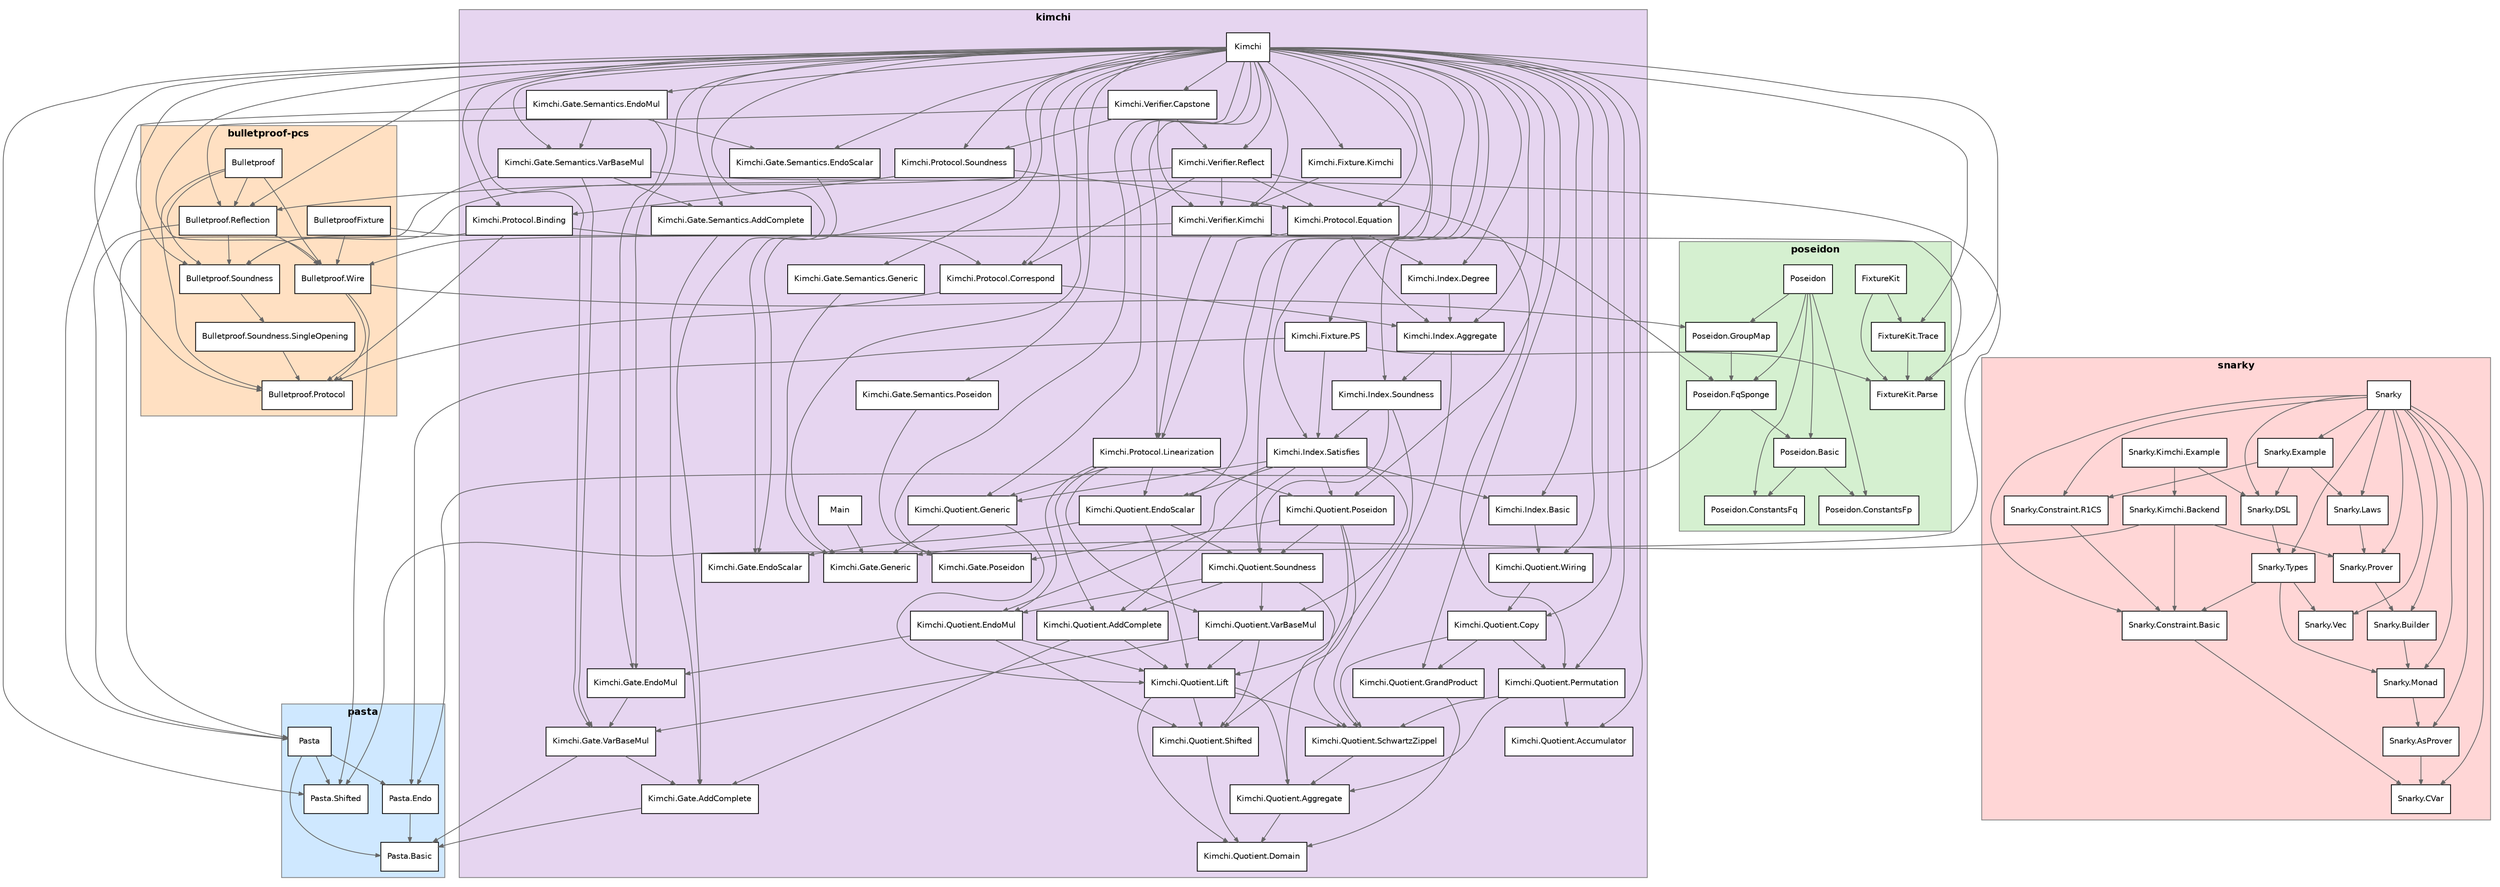
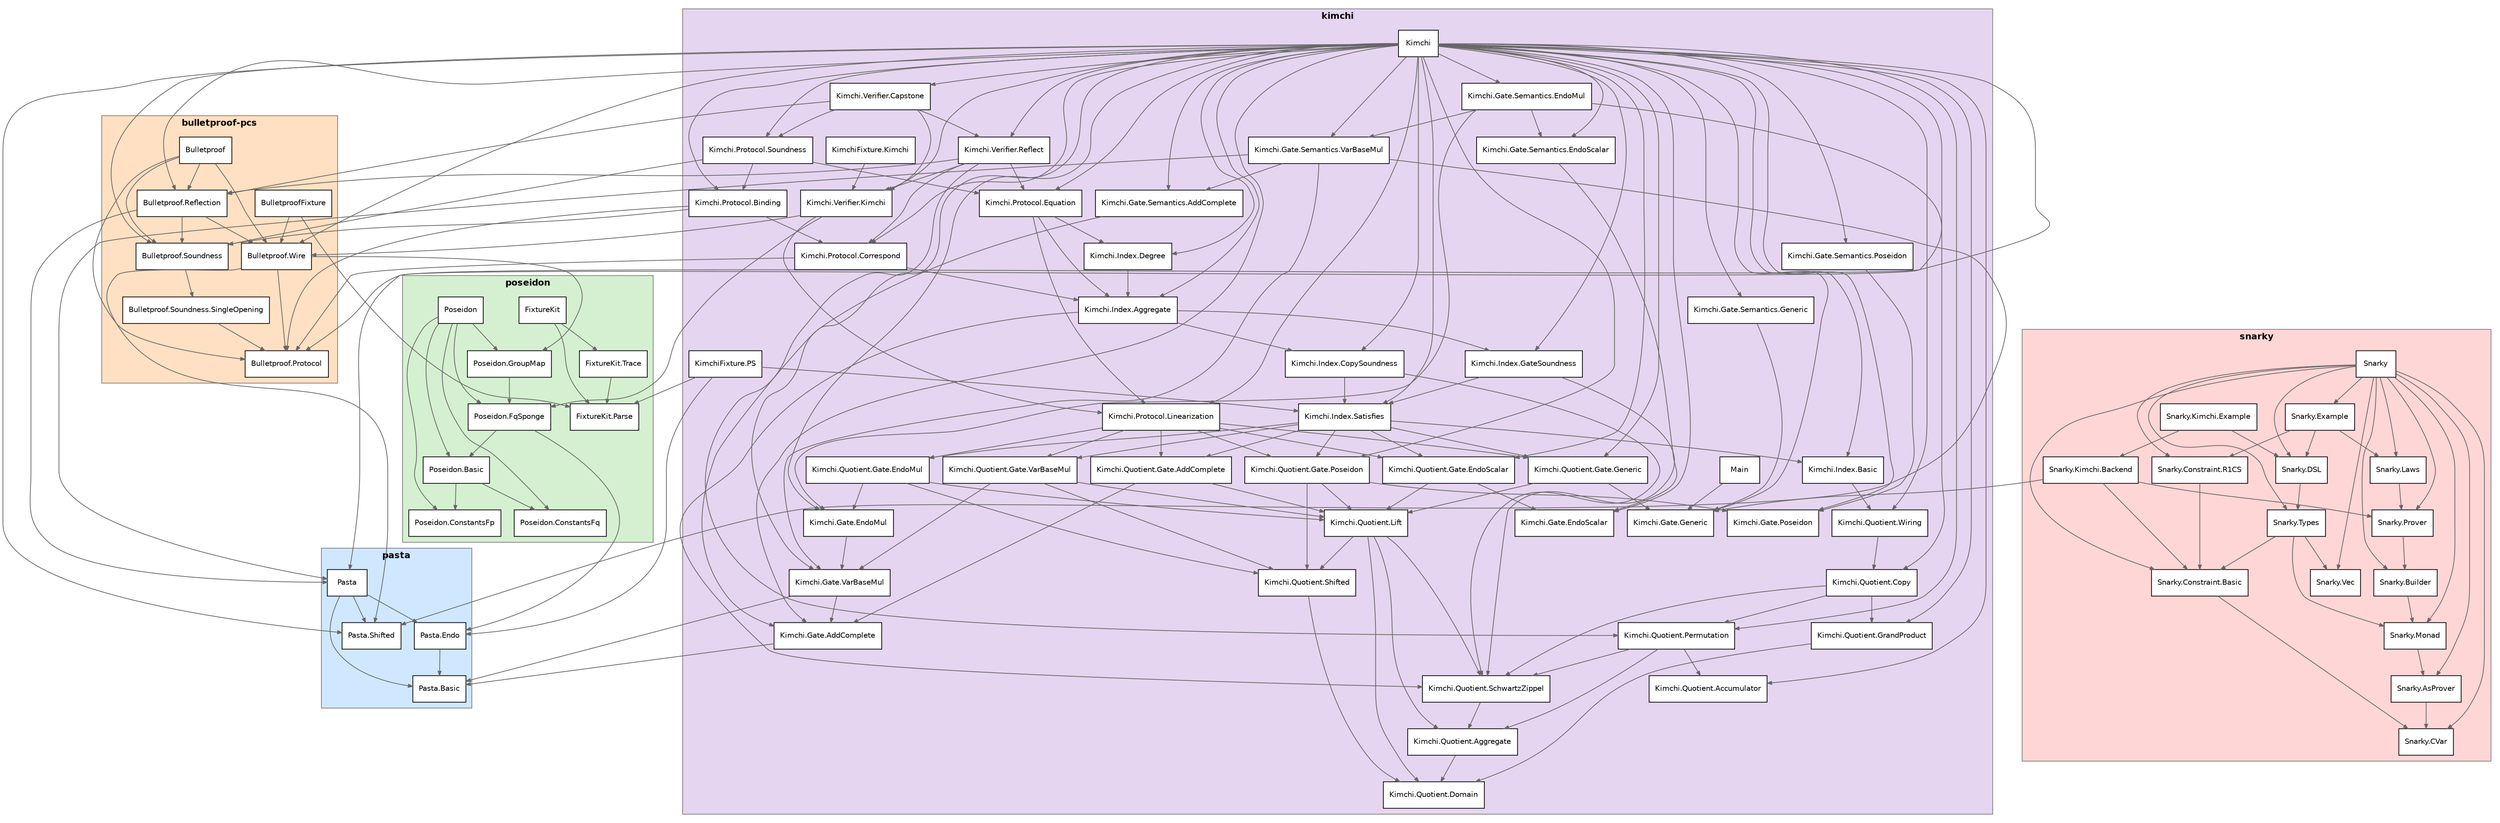
digraph "formal-modules" {
  rankdir=TB;
  node [shape=box, style=filled, fillcolor=white, fontsize=10, fontname="Helvetica"];
  edge [color=gray40, arrowsize=0.6];
  subgraph "cluster_pasta" {
    label="pasta"; style=filled; fillcolor="#cfe8ff";
    color=gray50; fontsize=12; fontname="Helvetica-Bold";
    "Pasta.Basic";
    "Pasta.Endo";
    "Pasta";
    "Pasta.Shifted";
  }
  subgraph "cluster_poseidon" {
    label="poseidon"; style=filled; fillcolor="#d5f0d0";
    color=gray50; fontsize=12; fontname="Helvetica-Bold";
    "FixtureKit";
    "FixtureKit.Parse";
    "FixtureKit.Trace";
    "Poseidon.Basic";
    "Poseidon.ConstantsFp";
    "Poseidon.ConstantsFq";
    "Poseidon.FqSponge";
    "Poseidon.GroupMap";
    "Poseidon";
  }
  subgraph "cluster_bulletproof-pcs" {
    label="bulletproof-pcs"; style=filled; fillcolor="#ffe0c2";
    color=gray50; fontsize=12; fontname="Helvetica-Bold";
    "BulletproofFixture";
    "Bulletproof";
    "Bulletproof.Protocol";
    "Bulletproof.Reflection";
    "Bulletproof.Soundness";
    "Bulletproof.Soundness.SingleOpening";
    "Bulletproof.Wire";
  }
  subgraph "cluster_kimchi" {
    label="kimchi"; style=filled; fillcolor="#e6d5f0";
    color=gray50; fontsize=12; fontname="Helvetica-Bold";
-     "Kimchi.Fixture.Kimchi";
-     "Kimchi.Fixture.PS";
+     "KimchiFixture.Kimchi";
+     "KimchiFixture.PS";
    "Kimchi.Gate.AddComplete";
    "Kimchi.Gate.EndoMul";
    "Kimchi.Gate.EndoScalar";
    "Kimchi.Gate.Generic";
    "Kimchi.Gate.Poseidon";
    "Kimchi.Gate.Semantics.AddComplete";
    "Kimchi.Gate.Semantics.EndoMul";
    "Kimchi.Gate.Semantics.EndoScalar";
    "Kimchi.Gate.Semantics.Generic";
    "Kimchi.Gate.Semantics.Poseidon";
    "Kimchi.Gate.Semantics.VarBaseMul";
    "Kimchi.Gate.VarBaseMul";
    "Kimchi.Index.Aggregate";
    "Kimchi.Index.Basic";
+     "Kimchi.Index.CopySoundness";
    "Kimchi.Index.Degree";
+     "Kimchi.Index.GateSoundness";
    "Kimchi.Index.Satisfies";
-     "Kimchi.Index.Soundness";
    "Kimchi";
    "Kimchi.Protocol.Binding";
    "Kimchi.Protocol.Correspond";
    "Kimchi.Protocol.Equation";
    "Kimchi.Protocol.Linearization";
    "Kimchi.Protocol.Soundness";
    "Kimchi.Quotient.Accumulator";
-     "Kimchi.Quotient.AddComplete";
    "Kimchi.Quotient.Aggregate";
    "Kimchi.Quotient.Copy";
    "Kimchi.Quotient.Domain";
-     "Kimchi.Quotient.EndoMul";
-     "Kimchi.Quotient.EndoScalar";
-     "Kimchi.Quotient.Generic";
+     "Kimchi.Quotient.Gate.AddComplete";
+     "Kimchi.Quotient.Gate.EndoMul";
+     "Kimchi.Quotient.Gate.EndoScalar";
+     "Kimchi.Quotient.Gate.Generic";
+     "Kimchi.Quotient.Gate.Poseidon";
+     "Kimchi.Quotient.Gate.VarBaseMul";
    "Kimchi.Quotient.GrandProduct";
    "Kimchi.Quotient.Lift";
    "Kimchi.Quotient.Permutation";
-     "Kimchi.Quotient.Poseidon";
    "Kimchi.Quotient.SchwartzZippel";
    "Kimchi.Quotient.Shifted";
-     "Kimchi.Quotient.Soundness";
-     "Kimchi.Quotient.VarBaseMul";
    "Kimchi.Quotient.Wiring";
    "Kimchi.Verifier.Capstone";
    "Kimchi.Verifier.Kimchi";
    "Kimchi.Verifier.Reflect";
    "Main";
  }
  subgraph "cluster_snarky" {
    label="snarky"; style=filled; fillcolor="#ffd6d6";
    color=gray50; fontsize=12; fontname="Helvetica-Bold";
    "Snarky.AsProver";
    "Snarky.Builder";
    "Snarky.Constraint.Basic";
    "Snarky.Constraint.R1CS";
    "Snarky.CVar";
    "Snarky.DSL";
    "Snarky.Example";
    "Snarky.Kimchi.Backend";
    "Snarky.Kimchi.Example";
    "Snarky.Laws";
    "Snarky";
    "Snarky.Monad";
    "Snarky.Prover";
    "Snarky.Types";
    "Snarky.Vec";
  }
  "Pasta.Endo" -> "Pasta.Basic";
  "Pasta" -> "Pasta.Basic";
  "Pasta" -> "Pasta.Endo";
  "Pasta" -> "Pasta.Shifted";
  "FixtureKit" -> "FixtureKit.Parse";
  "FixtureKit" -> "FixtureKit.Trace";
  "FixtureKit.Trace" -> "FixtureKit.Parse";
  "Poseidon.Basic" -> "Poseidon.ConstantsFq";
  "Poseidon.Basic" -> "Poseidon.ConstantsFp";
  "Poseidon.FqSponge" -> "Poseidon.Basic";
  "Poseidon.FqSponge" -> "Pasta.Endo";
  "Poseidon.GroupMap" -> "Poseidon.FqSponge";
  "Poseidon" -> "Poseidon.ConstantsFp";
  "Poseidon" -> "Poseidon.ConstantsFq";
  "Poseidon" -> "Poseidon.Basic";
  "Poseidon" -> "Poseidon.FqSponge";
  "Poseidon" -> "Poseidon.GroupMap";
  "BulletproofFixture" -> "Bulletproof.Wire";
  "BulletproofFixture" -> "FixtureKit.Parse";
  "Bulletproof" -> "Bulletproof.Protocol";
  "Bulletproof" -> "Bulletproof.Wire";
  "Bulletproof" -> "Bulletproof.Soundness";
  "Bulletproof" -> "Bulletproof.Reflection";
  "Bulletproof.Reflection" -> "Bulletproof.Wire";
  "Bulletproof.Reflection" -> "Bulletproof.Soundness";
  "Bulletproof.Reflection" -> "Pasta";
  "Bulletproof.Soundness" -> "Bulletproof.Soundness.SingleOpening";
  "Bulletproof.Soundness.SingleOpening" -> "Bulletproof.Protocol";
  "Bulletproof.Wire" -> "Pasta.Shifted";
  "Bulletproof.Wire" -> "Poseidon.GroupMap";
  "Bulletproof.Wire" -> "Bulletproof.Protocol";
-   "Kimchi.Fixture.Kimchi" -> "Kimchi.Verifier.Kimchi";
-   "Kimchi.Fixture.PS" -> "Kimchi.Index.Satisfies";
-   "Kimchi.Fixture.PS" -> "FixtureKit.Parse";
-   "Kimchi.Fixture.PS" -> "Pasta.Endo";
+   "KimchiFixture.Kimchi" -> "Kimchi.Verifier.Kimchi";
+   "KimchiFixture.PS" -> "Kimchi.Index.Satisfies";
+   "KimchiFixture.PS" -> "FixtureKit.Parse";
+   "KimchiFixture.PS" -> "Pasta.Endo";
  "Kimchi.Gate.AddComplete" -> "Pasta.Basic";
  "Kimchi.Gate.EndoMul" -> "Kimchi.Gate.VarBaseMul";
  "Kimchi.Gate.Semantics.AddComplete" -> "Kimchi.Gate.AddComplete";
  "Kimchi.Gate.Semantics.EndoMul" -> "Kimchi.Gate.EndoMul";
  "Kimchi.Gate.Semantics.EndoMul" -> "Kimchi.Gate.Semantics.VarBaseMul";
  "Kimchi.Gate.Semantics.EndoMul" -> "Kimchi.Gate.Semantics.EndoScalar";
  "Kimchi.Gate.Semantics.EndoMul" -> "Pasta";
  "Kimchi.Gate.Semantics.EndoScalar" -> "Kimchi.Gate.EndoScalar";
  "Kimchi.Gate.Semantics.Generic" -> "Kimchi.Gate.Generic";
  "Kimchi.Gate.Semantics.Poseidon" -> "Kimchi.Gate.Poseidon";
  "Kimchi.Gate.Semantics.VarBaseMul" -> "Kimchi.Gate.VarBaseMul";
  "Kimchi.Gate.Semantics.VarBaseMul" -> "Kimchi.Gate.Semantics.AddComplete";
  "Kimchi.Gate.Semantics.VarBaseMul" -> "Pasta";
  "Kimchi.Gate.Semantics.VarBaseMul" -> "Pasta.Shifted";
  "Kimchi.Gate.VarBaseMul" -> "Pasta.Basic";
  "Kimchi.Gate.VarBaseMul" -> "Kimchi.Gate.AddComplete";
-   "Kimchi.Index.Aggregate" -> "Kimchi.Index.Soundness";
+   "Kimchi.Index.Aggregate" -> "Kimchi.Index.CopySoundness";
+   "Kimchi.Index.Aggregate" -> "Kimchi.Index.GateSoundness";
  "Kimchi.Index.Aggregate" -> "Kimchi.Quotient.SchwartzZippel";
  "Kimchi.Index.Basic" -> "Kimchi.Quotient.Wiring";
+   "Kimchi.Index.CopySoundness" -> "Kimchi.Index.Satisfies";
+   "Kimchi.Index.CopySoundness" -> "Kimchi.Quotient.SchwartzZippel";
  "Kimchi.Index.Degree" -> "Kimchi.Index.Aggregate";
+   "Kimchi.Index.GateSoundness" -> "Kimchi.Index.Satisfies";
+   "Kimchi.Index.GateSoundness" -> "Kimchi.Quotient.SchwartzZippel";
  "Kimchi.Index.Satisfies" -> "Kimchi.Index.Basic";
-   "Kimchi.Index.Satisfies" -> "Kimchi.Quotient.Generic";
-   "Kimchi.Index.Satisfies" -> "Kimchi.Quotient.Poseidon";
-   "Kimchi.Index.Satisfies" -> "Kimchi.Quotient.AddComplete";
-   "Kimchi.Index.Satisfies" -> "Kimchi.Quotient.VarBaseMul";
-   "Kimchi.Index.Satisfies" -> "Kimchi.Quotient.EndoMul";
-   "Kimchi.Index.Satisfies" -> "Kimchi.Quotient.EndoScalar";
-   "Kimchi.Index.Soundness" -> "Kimchi.Index.Satisfies";
-   "Kimchi.Index.Soundness" -> "Kimchi.Quotient.Soundness";
-   "Kimchi.Index.Soundness" -> "Kimchi.Quotient.SchwartzZippel";
+   "Kimchi.Index.Satisfies" -> "Kimchi.Quotient.Gate.Generic";
+   "Kimchi.Index.Satisfies" -> "Kimchi.Quotient.Gate.Poseidon";
+   "Kimchi.Index.Satisfies" -> "Kimchi.Quotient.Gate.AddComplete";
+   "Kimchi.Index.Satisfies" -> "Kimchi.Quotient.Gate.VarBaseMul";
+   "Kimchi.Index.Satisfies" -> "Kimchi.Quotient.Gate.EndoMul";
+   "Kimchi.Index.Satisfies" -> "Kimchi.Quotient.Gate.EndoScalar";
  "Kimchi" -> "Pasta.Shifted";
  "Kimchi" -> "Kimchi.Gate.Generic";
  "Kimchi" -> "Kimchi.Gate.AddComplete";
  "Kimchi" -> "Kimchi.Gate.VarBaseMul";
  "Kimchi" -> "Kimchi.Gate.EndoScalar";
  "Kimchi" -> "Kimchi.Gate.EndoMul";
  "Kimchi" -> "Kimchi.Gate.Poseidon";
  "Kimchi" -> "Kimchi.Gate.Semantics.Generic";
  "Kimchi" -> "Kimchi.Gate.Semantics.AddComplete";
  "Kimchi" -> "Kimchi.Gate.Semantics.VarBaseMul";
  "Kimchi" -> "Kimchi.Gate.Semantics.EndoScalar";
  "Kimchi" -> "Kimchi.Gate.Semantics.EndoMul";
  "Kimchi" -> "Kimchi.Gate.Semantics.Poseidon";
  "Kimchi" -> "Bulletproof.Protocol";
  "Kimchi" -> "Bulletproof.Soundness";
-   "Kimchi" -> "Kimchi.Quotient.Generic";
-   "Kimchi" -> "Kimchi.Quotient.EndoScalar";
-   "Kimchi" -> "Kimchi.Quotient.Poseidon";
+   "Kimchi" -> "Kimchi.Quotient.Gate.Generic";
+   "Kimchi" -> "Kimchi.Quotient.Gate.EndoScalar";
+   "Kimchi" -> "Kimchi.Quotient.Gate.Poseidon";
  "Kimchi" -> "Kimchi.Quotient.Accumulator";
  "Kimchi" -> "Kimchi.Quotient.Copy";
  "Kimchi" -> "Kimchi.Index.Basic";
  "Kimchi" -> "Kimchi.Index.Satisfies";
  "Kimchi" -> "Kimchi.Index.Aggregate";
  "Kimchi" -> "Kimchi.Index.Degree";
-   "Kimchi" -> "Kimchi.Index.Soundness";
+   "Kimchi" -> "Kimchi.Index.GateSoundness";
+   "Kimchi" -> "Kimchi.Index.CopySoundness";
  "Kimchi" -> "Kimchi.Quotient.Wiring";
  "Kimchi" -> "Kimchi.Quotient.Permutation";
  "Kimchi" -> "Kimchi.Quotient.GrandProduct";
-   "Kimchi" -> "Kimchi.Quotient.Soundness";
-   "Kimchi" -> "Kimchi.Fixture.Kimchi";
-   "Kimchi" -> "Kimchi.Fixture.PS";
-   "Kimchi" -> "FixtureKit.Parse";
-   "Kimchi" -> "FixtureKit.Trace";
  "Kimchi" -> "Bulletproof.Wire";
  "Kimchi" -> "Kimchi.Protocol.Linearization";
  "Kimchi" -> "Kimchi.Protocol.Equation";
  "Kimchi" -> "Kimchi.Protocol.Correspond";
  "Kimchi" -> "Kimchi.Protocol.Binding";
  "Kimchi" -> "Kimchi.Protocol.Soundness";
  "Kimchi" -> "Bulletproof.Reflection";
  "Kimchi" -> "Kimchi.Verifier.Kimchi";
  "Kimchi" -> "Kimchi.Verifier.Reflect";
  "Kimchi" -> "Kimchi.Verifier.Capstone";
  "Kimchi.Protocol.Binding" -> "Bulletproof.Protocol";
  "Kimchi.Protocol.Binding" -> "Bulletproof.Soundness";
  "Kimchi.Protocol.Binding" -> "Kimchi.Protocol.Correspond";
  "Kimchi.Protocol.Correspond" -> "Kimchi.Index.Aggregate";
  "Kimchi.Protocol.Correspond" -> "Bulletproof.Protocol";
  "Kimchi.Protocol.Equation" -> "Kimchi.Protocol.Linearization";
  "Kimchi.Protocol.Equation" -> "Kimchi.Index.Aggregate";
  "Kimchi.Protocol.Equation" -> "Kimchi.Index.Degree";
-   "Kimchi.Protocol.Linearization" -> "Kimchi.Quotient.Generic";
-   "Kimchi.Protocol.Linearization" -> "Kimchi.Quotient.Poseidon";
-   "Kimchi.Protocol.Linearization" -> "Kimchi.Quotient.AddComplete";
-   "Kimchi.Protocol.Linearization" -> "Kimchi.Quotient.VarBaseMul";
-   "Kimchi.Protocol.Linearization" -> "Kimchi.Quotient.EndoMul";
-   "Kimchi.Protocol.Linearization" -> "Kimchi.Quotient.EndoScalar";
+   "Kimchi.Protocol.Linearization" -> "Kimchi.Quotient.Gate.Generic";
+   "Kimchi.Protocol.Linearization" -> "Kimchi.Quotient.Gate.Poseidon";
+   "Kimchi.Protocol.Linearization" -> "Kimchi.Quotient.Gate.AddComplete";
+   "Kimchi.Protocol.Linearization" -> "Kimchi.Quotient.Gate.VarBaseMul";
+   "Kimchi.Protocol.Linearization" -> "Kimchi.Quotient.Gate.EndoMul";
+   "Kimchi.Protocol.Linearization" -> "Kimchi.Quotient.Gate.EndoScalar";
  "Kimchi.Protocol.Soundness" -> "Bulletproof.Soundness";
  "Kimchi.Protocol.Soundness" -> "Kimchi.Protocol.Binding";
  "Kimchi.Protocol.Soundness" -> "Kimchi.Protocol.Equation";
-   "Kimchi.Quotient.AddComplete" -> "Kimchi.Quotient.Lift";
-   "Kimchi.Quotient.AddComplete" -> "Kimchi.Gate.AddComplete";
  "Kimchi.Quotient.Aggregate" -> "Kimchi.Quotient.Domain";
  "Kimchi.Quotient.Copy" -> "Kimchi.Quotient.GrandProduct";
  "Kimchi.Quotient.Copy" -> "Kimchi.Quotient.Permutation";
  "Kimchi.Quotient.Copy" -> "Kimchi.Quotient.SchwartzZippel";
-   "Kimchi.Quotient.EndoMul" -> "Kimchi.Quotient.Lift";
-   "Kimchi.Quotient.EndoMul" -> "Kimchi.Quotient.Shifted";
-   "Kimchi.Quotient.EndoMul" -> "Kimchi.Gate.EndoMul";
-   "Kimchi.Quotient.EndoScalar" -> "Kimchi.Quotient.Lift";
-   "Kimchi.Quotient.EndoScalar" -> "Kimchi.Quotient.Soundness";
-   "Kimchi.Quotient.EndoScalar" -> "Kimchi.Gate.EndoScalar";
-   "Kimchi.Quotient.Generic" -> "Kimchi.Quotient.Lift";
-   "Kimchi.Quotient.Generic" -> "Kimchi.Gate.Generic";
+   "Kimchi.Quotient.Gate.AddComplete" -> "Kimchi.Quotient.Lift";
+   "Kimchi.Quotient.Gate.AddComplete" -> "Kimchi.Gate.AddComplete";
+   "Kimchi.Quotient.Gate.EndoMul" -> "Kimchi.Quotient.Lift";
+   "Kimchi.Quotient.Gate.EndoMul" -> "Kimchi.Quotient.Shifted";
+   "Kimchi.Quotient.Gate.EndoMul" -> "Kimchi.Gate.EndoMul";
+   "Kimchi.Quotient.Gate.EndoScalar" -> "Kimchi.Quotient.Lift";
+   "Kimchi.Quotient.Gate.EndoScalar" -> "Kimchi.Gate.EndoScalar";
+   "Kimchi.Quotient.Gate.Generic" -> "Kimchi.Quotient.Lift";
+   "Kimchi.Quotient.Gate.Generic" -> "Kimchi.Gate.Generic";
+   "Kimchi.Quotient.Gate.Poseidon" -> "Kimchi.Quotient.Lift";
+   "Kimchi.Quotient.Gate.Poseidon" -> "Kimchi.Quotient.Shifted";
+   "Kimchi.Quotient.Gate.Poseidon" -> "Kimchi.Gate.Poseidon";
+   "Kimchi.Quotient.Gate.VarBaseMul" -> "Kimchi.Quotient.Lift";
+   "Kimchi.Quotient.Gate.VarBaseMul" -> "Kimchi.Quotient.Shifted";
+   "Kimchi.Quotient.Gate.VarBaseMul" -> "Kimchi.Gate.VarBaseMul";
  "Kimchi.Quotient.GrandProduct" -> "Kimchi.Quotient.Domain";
  "Kimchi.Quotient.Lift" -> "Kimchi.Quotient.Domain";
  "Kimchi.Quotient.Lift" -> "Kimchi.Quotient.Shifted";
  "Kimchi.Quotient.Lift" -> "Kimchi.Quotient.Aggregate";
  "Kimchi.Quotient.Lift" -> "Kimchi.Quotient.SchwartzZippel";
  "Kimchi.Quotient.Permutation" -> "Kimchi.Quotient.Accumulator";
  "Kimchi.Quotient.Permutation" -> "Kimchi.Quotient.Aggregate";
  "Kimchi.Quotient.Permutation" -> "Kimchi.Quotient.SchwartzZippel";
-   "Kimchi.Quotient.Poseidon" -> "Kimchi.Quotient.Lift";
-   "Kimchi.Quotient.Poseidon" -> "Kimchi.Quotient.Shifted";
-   "Kimchi.Quotient.Poseidon" -> "Kimchi.Quotient.Soundness";
-   "Kimchi.Quotient.Poseidon" -> "Kimchi.Gate.Poseidon";
  "Kimchi.Quotient.SchwartzZippel" -> "Kimchi.Quotient.Aggregate";
  "Kimchi.Quotient.Shifted" -> "Kimchi.Quotient.Domain";
-   "Kimchi.Quotient.Soundness" -> "Kimchi.Quotient.Aggregate";
-   "Kimchi.Quotient.Soundness" -> "Kimchi.Quotient.AddComplete";
-   "Kimchi.Quotient.Soundness" -> "Kimchi.Quotient.VarBaseMul";
-   "Kimchi.Quotient.Soundness" -> "Kimchi.Quotient.EndoMul";
-   "Kimchi.Quotient.VarBaseMul" -> "Kimchi.Quotient.Lift";
-   "Kimchi.Quotient.VarBaseMul" -> "Kimchi.Quotient.Shifted";
-   "Kimchi.Quotient.VarBaseMul" -> "Kimchi.Gate.VarBaseMul";
  "Kimchi.Quotient.Wiring" -> "Kimchi.Quotient.Copy";
  "Kimchi.Verifier.Capstone" -> "Kimchi.Protocol.Soundness";
  "Kimchi.Verifier.Capstone" -> "Kimchi.Verifier.Kimchi";
  "Kimchi.Verifier.Capstone" -> "Bulletproof.Reflection";
  "Kimchi.Verifier.Capstone" -> "Kimchi.Verifier.Reflect";
  "Kimchi.Verifier.Kimchi" -> "Bulletproof.Wire";
  "Kimchi.Verifier.Kimchi" -> "Kimchi.Protocol.Linearization";
  "Kimchi.Verifier.Kimchi" -> "Poseidon.FqSponge";
  "Kimchi.Verifier.Reflect" -> "Kimchi.Verifier.Kimchi";
  "Kimchi.Verifier.Reflect" -> "Bulletproof.Reflection";
  "Kimchi.Verifier.Reflect" -> "Kimchi.Protocol.Correspond";
  "Kimchi.Verifier.Reflect" -> "Kimchi.Protocol.Equation";
  "Kimchi.Verifier.Reflect" -> "Kimchi.Quotient.Permutation";
  "Main" -> "Kimchi.Gate.Generic";
  "Snarky.AsProver" -> "Snarky.CVar";
  "Snarky.Builder" -> "Snarky.Monad";
  "Snarky.Constraint.Basic" -> "Snarky.CVar";
  "Snarky.Constraint.R1CS" -> "Snarky.Constraint.Basic";
  "Snarky.DSL" -> "Snarky.Types";
  "Snarky.Example" -> "Snarky.DSL";
  "Snarky.Example" -> "Snarky.Constraint.R1CS";
  "Snarky.Example" -> "Snarky.Laws";
  "Snarky.Kimchi.Backend" -> "Snarky.Constraint.Basic";
  "Snarky.Kimchi.Backend" -> "Snarky.Prover";
  "Snarky.Kimchi.Backend" -> "Kimchi.Gate.Generic";
  "Snarky.Kimchi.Example" -> "Snarky.Kimchi.Backend";
  "Snarky.Kimchi.Example" -> "Snarky.DSL";
  "Snarky.Laws" -> "Snarky.Prover";
  "Snarky" -> "Snarky.CVar";
  "Snarky" -> "Snarky.AsProver";
  "Snarky" -> "Snarky.Monad";
  "Snarky" -> "Snarky.Builder";
  "Snarky" -> "Snarky.Prover";
  "Snarky" -> "Snarky.Vec";
  "Snarky" -> "Snarky.Constraint.Basic";
  "Snarky" -> "Snarky.Constraint.R1CS";
  "Snarky" -> "Snarky.Types";
  "Snarky" -> "Snarky.DSL";
  "Snarky" -> "Snarky.Laws";
  "Snarky" -> "Snarky.Example";
  "Snarky.Monad" -> "Snarky.AsProver";
  "Snarky.Prover" -> "Snarky.Builder";
  "Snarky.Types" -> "Snarky.Monad";
  "Snarky.Types" -> "Snarky.Vec";
  "Snarky.Types" -> "Snarky.Constraint.Basic";
}
